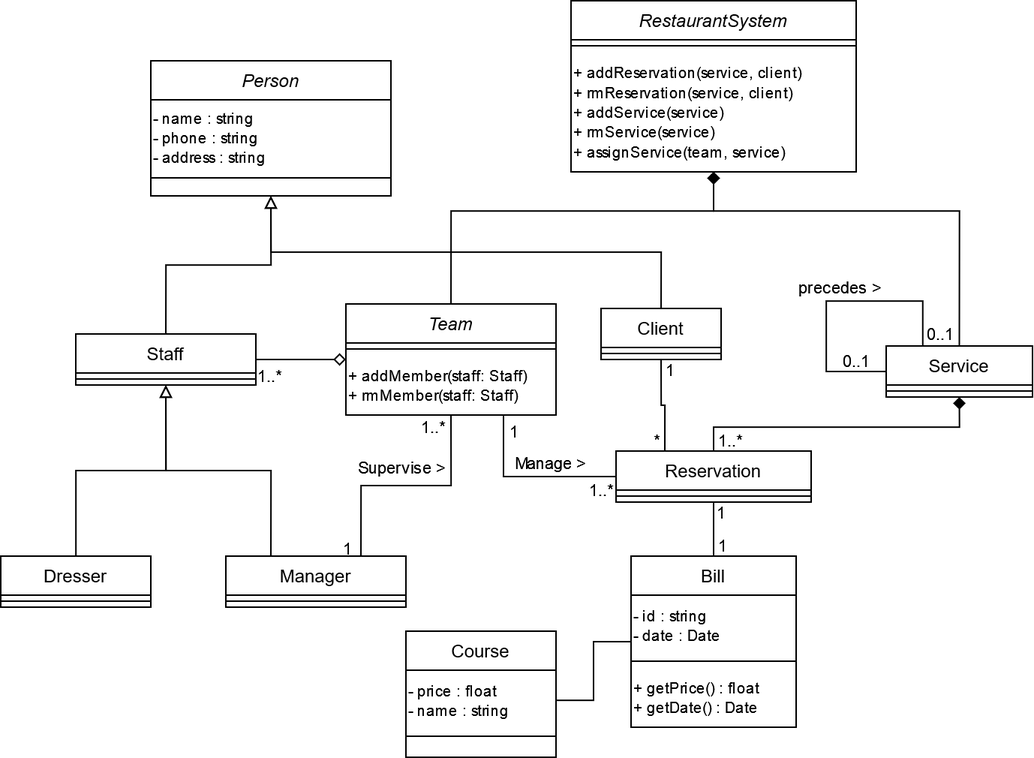
Before: poo-python/assets/img/class-domain-ex-resto-participante.png, a diagram exported from draw.io (blavad/teaching-docs). Source tidied: cells renumbered, new cells last; positions are measured from the earlier drawing's top-left corner, leaving out a move shared by most shapes.
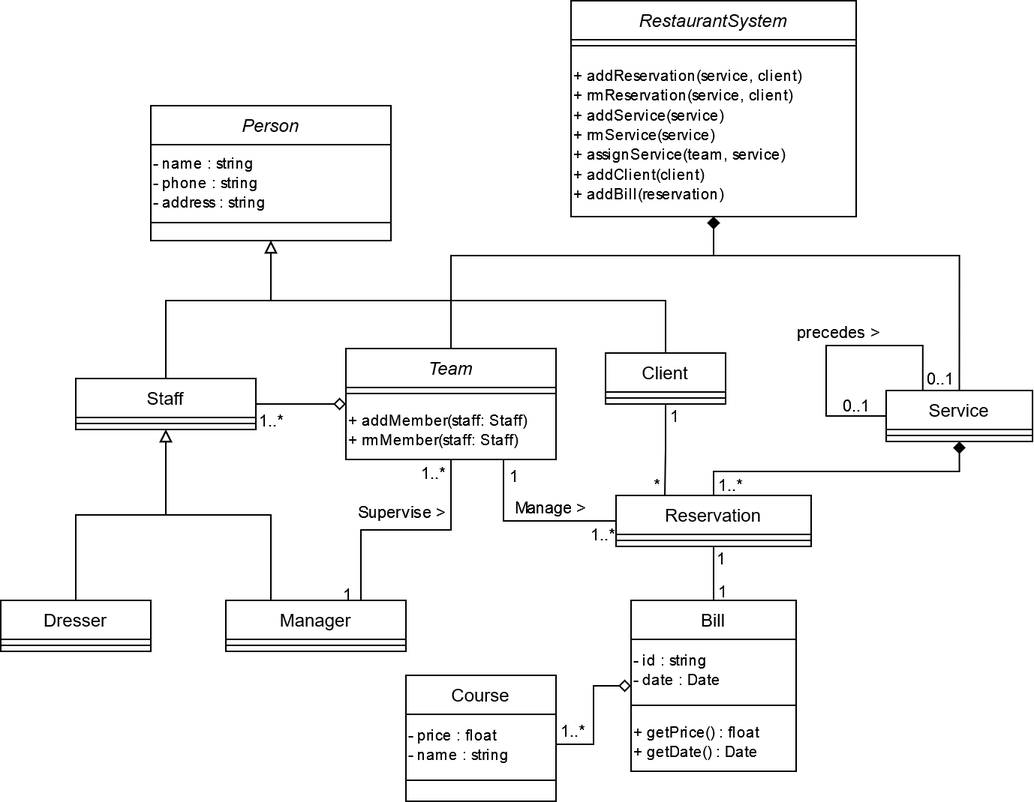
Later version of the same file.

What changed in the source:
```diff
@@ -18,7 +18,12 @@
       <mxGeometry relative="1" as="geometry" />
     </mxCell>
     <mxCell id="7" style="edgeStyle=orthogonalEdgeStyle;rounded=0;jettySize=auto;html=1;exitX=0.5;exitY=0;exitDx=0;exitDy=0;entryX=0.5;entryY=1;entryDx=0;entryDy=0;endArrow=block;endFill=0;" parent="1" edge="1" source="8" target="2">
-      <mxGeometry relative="1" as="geometry" />
+      <mxGeometry relative="1" as="geometry">
+        <Array as="points">
+          <mxPoint x="110" y="170" />
+          <mxPoint x="180" y="170" />
+        </Array>
+      </mxGeometry>
     </mxCell>
     <mxCell id="8" value="Staff" style="swimlane;fontStyle=0;align=center;verticalAlign=top;horizontal=1;startSize=26;rounded=0;shadow=0;strokeWidth=1;" parent="1" vertex="1">
       <mxGeometry x="50" y="222" width="120" height="34" as="geometry" />
@@ -40,10 +45,15 @@
       </mxGeometry>
     </mxCell>
     <mxCell id="13" style="edgeStyle=orthogonalEdgeStyle;rounded=0;jettySize=auto;html=1;exitX=0.5;exitY=0;exitDx=0;exitDy=0;entryX=0.5;entryY=1;entryDx=0;entryDy=0;endArrow=block;endFill=0;" parent="1" edge="1" source="14" target="2">
-      <mxGeometry relative="1" as="geometry" />
+      <mxGeometry relative="1" as="geometry">
+        <Array as="points">
+          <mxPoint x="443" y="170" />
+          <mxPoint x="180" y="170" />
+        </Array>
+      </mxGeometry>
     </mxCell>
     <mxCell id="14" value="Client" style="swimlane;fontStyle=0;align=center;verticalAlign=top;horizontal=1;startSize=26;rounded=0;shadow=0;strokeWidth=1;" parent="1" vertex="1">
-      <mxGeometry x="400" y="205" width="80" height="34" as="geometry" />
+      <mxGeometry x="403" y="205" width="80" height="34" as="geometry" />
     </mxCell>
     <mxCell id="15" style="line;html=1;strokeWidth=1;align=left;verticalAlign=middle;spacingTop=-1;spacingLeft=3;spacingRight=3;labelPosition=right;" parent="14" vertex="1">
       <mxGeometry y="26" width="80" height="8" as="geometry" />
@@ -140,9 +150,14 @@
     <mxCell id="38" style="line;html=1;strokeWidth=1;align=left;verticalAlign=middle;spacingTop=-1;spacingLeft=3;spacingRight=3;labelPosition=right;" parent="37" vertex="1">
       <mxGeometry y="26" width="130" height="8" as="geometry" />
     </mxCell>
-    <mxCell id="39" style="edgeStyle=orthogonalEdgeStyle;rounded=0;jettySize=auto;html=1;exitX=0;exitY=0.5;exitDx=0;exitDy=0;endArrow=none;endFill=0;" parent="1" edge="1" source="40" target="52">
+    <mxCell id="39" style="edgeStyle=orthogonalEdgeStyle;rounded=0;jettySize=auto;html=1;exitX=0;exitY=0.5;exitDx=0;exitDy=0;endArrow=none;endFill=0;startArrow=diamond;startFill=0;" parent="1" edge="1" source="40" target="52">
       <mxGeometry relative="1" as="geometry" />
     </mxCell>
+    <mxCell id="60" value="1..*" style="edgeLabel;html=1;align=center;verticalAlign=middle;" parent="39" vertex="1">
+      <mxGeometry x="0.78" y="-1" relative="1" as="geometry">
+        <mxPoint y="-9" as="offset" />
+      </mxGeometry>
+    </mxCell>
     <mxCell id="40" value="Bill" style="swimlane;fontStyle=0;align=center;verticalAlign=top;horizontal=1;startSize=26;rounded=0;shadow=0;strokeWidth=1;" parent="1" vertex="1">
       <mxGeometry x="420" y="370" width="110" height="114" as="geometry" />
     </mxCell>
@@ -211,13 +226,13 @@
       </mxGeometry>
     </mxCell>
     <mxCell id="55" value="RestaurantSystem" style="swimlane;fontStyle=2;align=center;verticalAlign=top;horizontal=1;startSize=26;rounded=0;shadow=0;strokeWidth=1;" parent="1" vertex="1">
-      <mxGeometry x="380" width="190" height="114" as="geometry" />
+      <mxGeometry x="380" y="-30" width="190" height="144" as="geometry" />
     </mxCell>
     <mxCell id="56" style="line;html=1;strokeWidth=1;align=left;verticalAlign=middle;spacingTop=-1;spacingLeft=3;spacingRight=3;labelPosition=right;" parent="55" vertex="1">
       <mxGeometry y="26" width="190" height="8" as="geometry" />
     </mxCell>
-    <mxCell id="57" value="&lt;div style=&quot;font-size: 11px;&quot; align=&quot;left&quot;&gt;&lt;font style=&quot;font-size: 10px;&quot;&gt;+ addReservation(service, client)&lt;/font&gt;&lt;/div&gt;&lt;div style=&quot;font-size: 11px;&quot; align=&quot;left&quot;&gt;&lt;font style=&quot;font-size: 10px;&quot;&gt;+ rmReservation(service, client)&lt;/font&gt;&lt;/div&gt;&lt;div style=&quot;font-size: 11px;&quot; align=&quot;left&quot;&gt;&lt;font style=&quot;font-size: 10px;&quot;&gt;+ addService(service)&lt;/font&gt;&lt;/div&gt;&lt;div style=&quot;font-size: 11px;&quot; align=&quot;left&quot;&gt;&lt;font style=&quot;font-size: 10px;&quot;&gt;+ rmService(service)&lt;br&gt;&lt;/font&gt;&lt;/div&gt;&lt;div style=&quot;font-size: 11px;&quot; align=&quot;left&quot;&gt;&lt;font style=&quot;font-size: 10px;&quot;&gt;+ assignService(team, service) &lt;br&gt;&lt;/font&gt;&lt;/div&gt;" style="text;html=1;align=left;verticalAlign=middle;points=[];strokeColor=none;fillColor=none;" parent="55" vertex="1">
-      <mxGeometry y="34" width="190" height="80" as="geometry" />
+    <mxCell id="57" value="&lt;div style=&quot;font-size: 11px;&quot; align=&quot;left&quot;&gt;&lt;font style=&quot;font-size: 10px;&quot;&gt;+ addReservation(service, client)&lt;/font&gt;&lt;/div&gt;&lt;div style=&quot;font-size: 11px;&quot; align=&quot;left&quot;&gt;&lt;font style=&quot;font-size: 10px;&quot;&gt;+ rmReservation(service, client)&lt;/font&gt;&lt;/div&gt;&lt;div style=&quot;font-size: 11px;&quot; align=&quot;left&quot;&gt;&lt;font style=&quot;font-size: 10px;&quot;&gt;+ addService(service)&lt;/font&gt;&lt;/div&gt;&lt;div style=&quot;font-size: 11px;&quot; align=&quot;left&quot;&gt;&lt;font style=&quot;font-size: 10px;&quot;&gt;+ rmService(service)&lt;br&gt;&lt;/font&gt;&lt;/div&gt;&lt;div style=&quot;font-size: 11px;&quot; align=&quot;left&quot;&gt;&lt;font style=&quot;font-size: 10px;&quot;&gt;+ assignService(team, service) &lt;br&gt;&lt;/font&gt;&lt;/div&gt;&lt;div style=&quot;font-size: 11px;&quot; align=&quot;left&quot;&gt;&lt;font style=&quot;font-size: 10px;&quot;&gt;+ addClient(client)&lt;/font&gt;&lt;/div&gt;&lt;div style=&quot;font-size: 11px;&quot; align=&quot;left&quot;&gt;&lt;font style=&quot;font-size: 10px;&quot;&gt;+ addBill(reservation)&lt;br&gt;&lt;/font&gt;&lt;/div&gt;" style="text;html=1;align=left;verticalAlign=middle;points=[];strokeColor=none;fillColor=none;" parent="55" vertex="1">
+      <mxGeometry y="34" width="190" height="110" as="geometry" />
     </mxCell>
     <mxCell id="58" value="0..1" style="edgeLabel;html=1;align=center;verticalAlign=middle;" parent="1" vertex="1">
       <mxGeometry x="530" y="239" width="80" as="geometry" />
```
